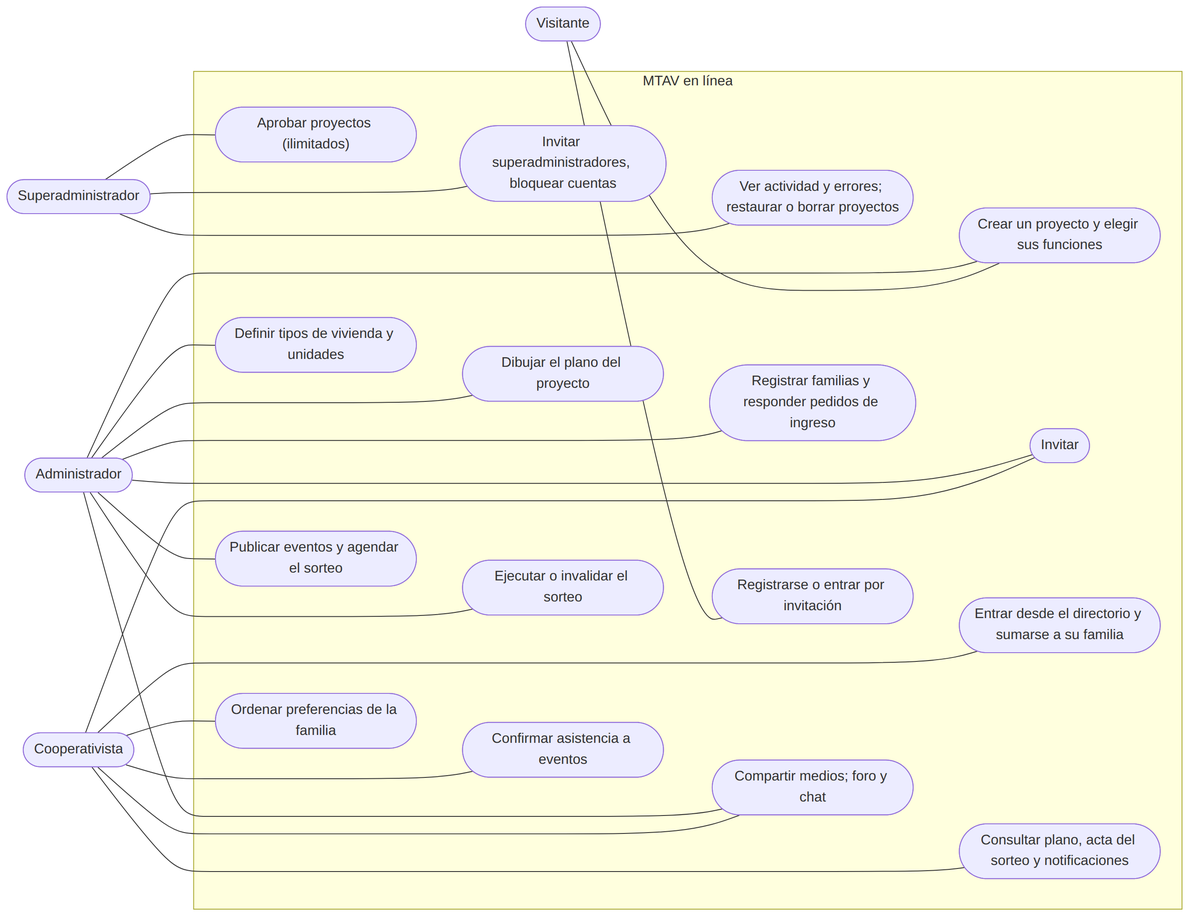
Before: documentation/thesis/assets/casos-uso.png, a diagram exported from Mermaid (devvir/mtav). Its source is kept beside it as documentation/thesis/assets/casos-uso.mmd.
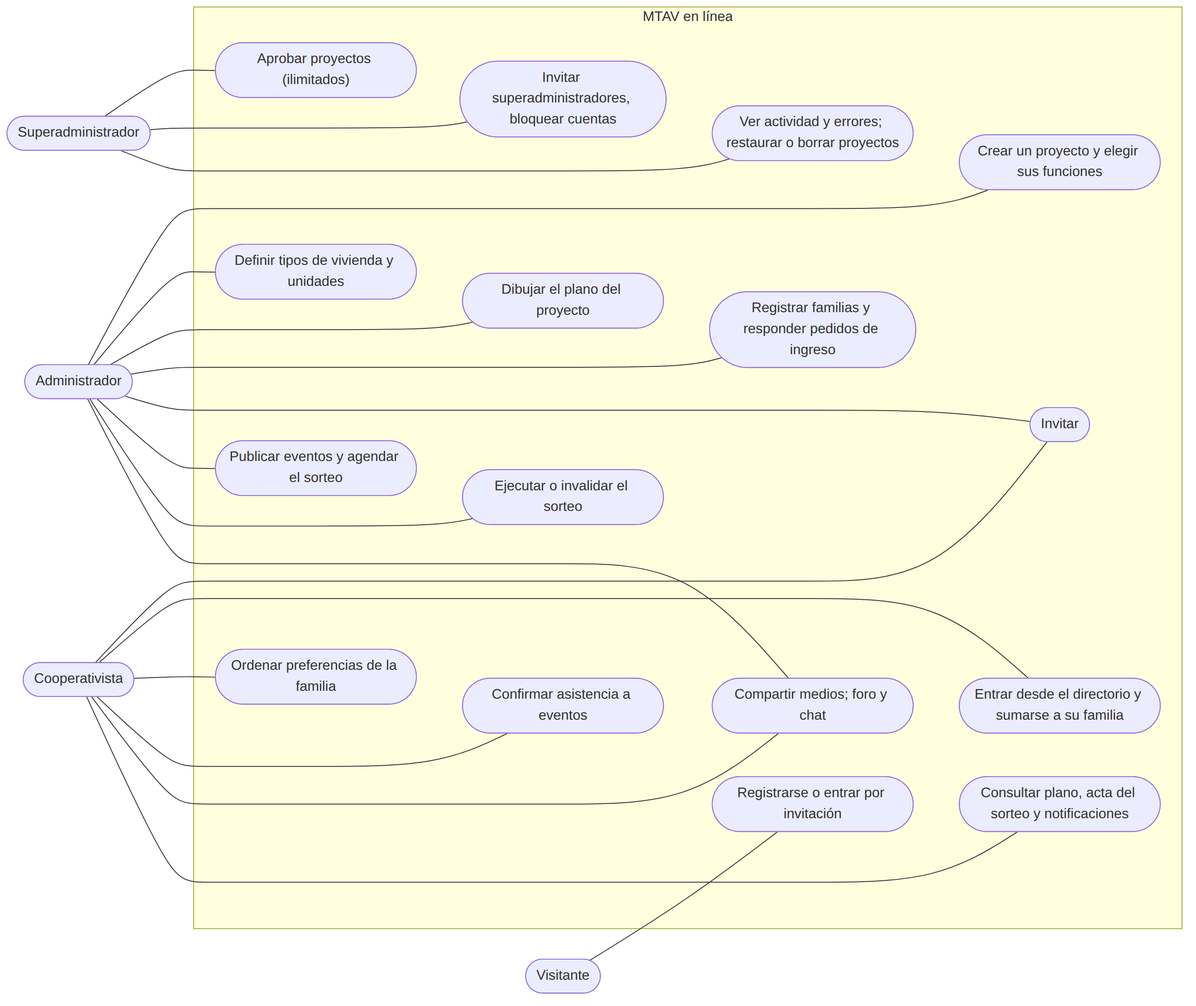
The same diagram one commit later.

The edit, as a diff of the source:
```diff
@@ -44,5 +44,4 @@
     CO --- UC14
     CO --- UC15
     CO --- UC16
-    VI --- UC4
     VI --- UC11
```
